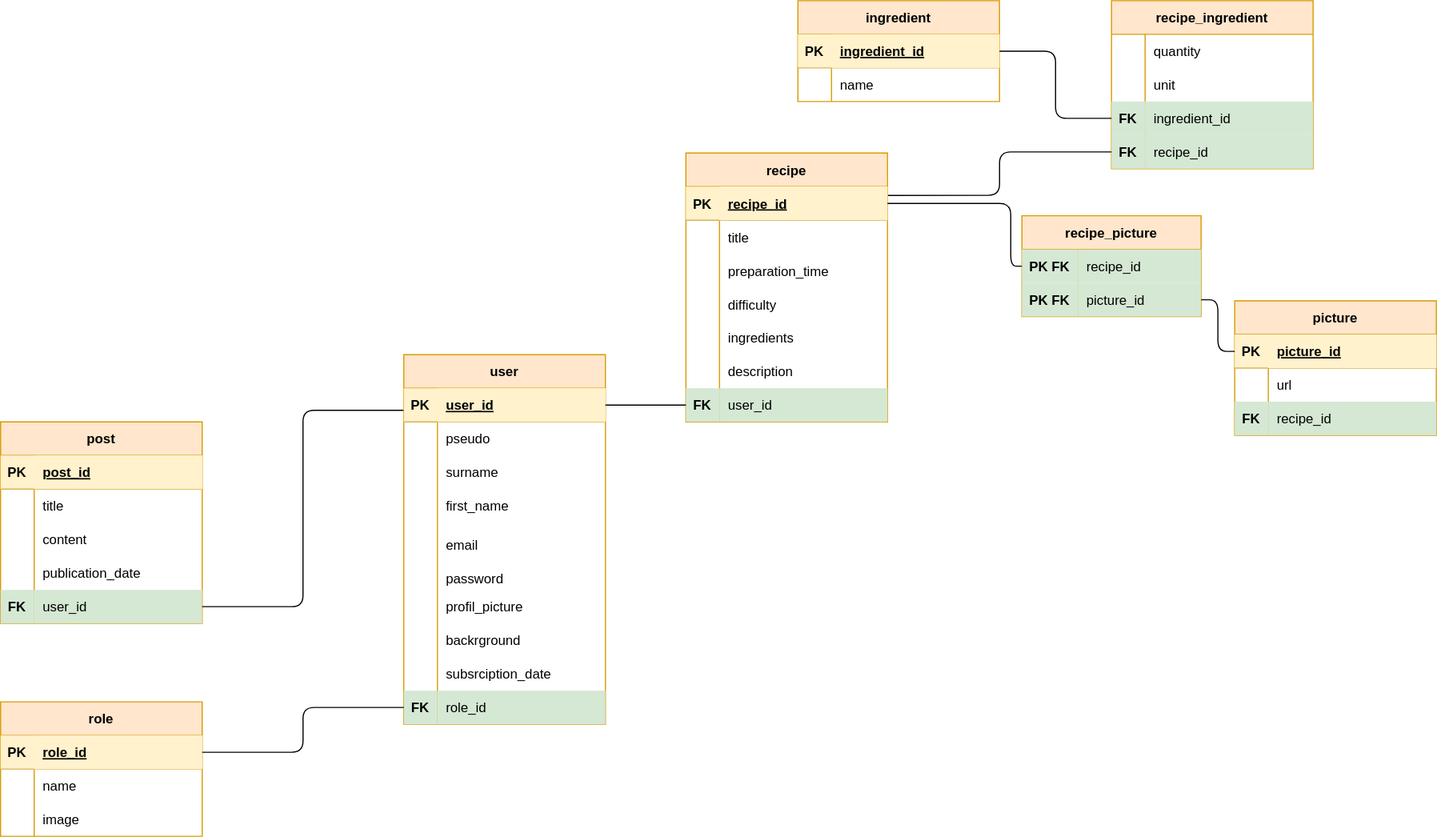
This is code/server/merise/MLD_le_reseau_des_gourmets.drawio.svg from TigerSnowy/le_reseau_des_gourmets, a draw.io export, as it was before one commit. Source tidied: cells renumbered, new cells last; positions are measured from the earlier drawing's top-left corner, leaving out a move shared by most shapes.
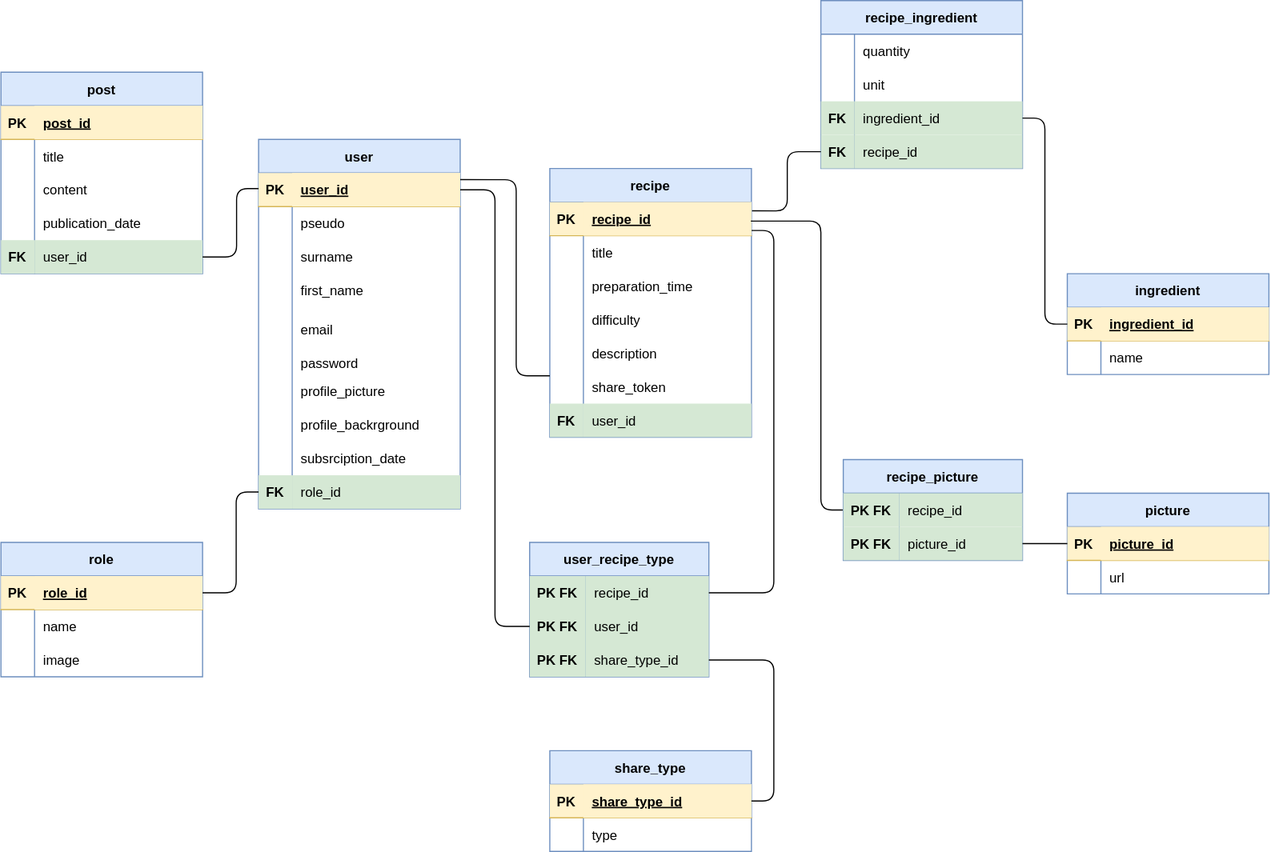
Later version of the same file.

Change to the diagram source:
```diff
@@ -4,4 +4,4 @@
     <mxCell id="1" parent="0" />
-    <mxCell id="2" value="user" style="shape=table;startSize=30;rowLines=0;fontStyle=1;align=center;swimlaneFillColor=default;fillColor=#ffe6cc;strokeColor=#d79b00;fontColor=#050505;" parent="1" vertex="1">
-      <mxGeometry x="360" y="316" width="180" height="330" as="geometry" />
+    <mxCell id="2" value="user" style="shape=table;startSize=30;rowLines=0;fontStyle=1;align=center;swimlaneFillColor=default;fillColor=#dae8fc;strokeColor=#6c8ebf;" parent="1" vertex="1">
+      <mxGeometry x="-312" y="118" width="180" height="330" as="geometry" />
     </mxCell>
@@ -10,6 +10,6 @@
     </mxCell>
-    <mxCell id="4" value="PK" style="shape=partialRectangle;fillColor=none;top=0;left=0;bottom=0;right=0;fontStyle=1;overflow=hidden;strokeColor=#000000;fontColor=#000000;" parent="3" vertex="1">
+    <mxCell id="4" value="PK" style="shape=partialRectangle;fillColor=none;top=0;left=0;bottom=0;right=0;fontStyle=1;overflow=hidden;" parent="3" vertex="1">
       <mxGeometry width="30" height="30" as="geometry" />
     </mxCell>
-    <mxCell id="5" value="user_id" style="shape=partialRectangle;fillColor=#fff2cc;top=0;left=0;bottom=0;right=0;align=left;spacingLeft=6;fontStyle=5;overflow=hidden;strokeColor=#d6b656;fontColor=#000000;" parent="3" vertex="1">
+    <mxCell id="5" value="user_id" style="shape=partialRectangle;fillColor=#fff2cc;top=0;left=0;bottom=0;right=0;align=left;spacingLeft=6;fontStyle=5;overflow=hidden;strokeColor=#d6b656;" parent="3" vertex="1">
       <mxGeometry x="30" width="150" height="30" as="geometry" />
@@ -67,3 +67,3 @@
     </mxCell>
-    <mxCell id="23" value="profil_picture" style="shape=partialRectangle;fillColor=none;top=0;left=0;bottom=0;right=0;align=left;spacingLeft=6;overflow=hidden;" parent="21" vertex="1">
+    <mxCell id="23" value="profile_picture" style="shape=partialRectangle;fillColor=none;top=0;left=0;bottom=0;right=0;align=left;spacingLeft=6;overflow=hidden;" parent="21" vertex="1">
       <mxGeometry x="30" width="150" height="30" as="geometry" />
@@ -76,3 +76,3 @@
     </mxCell>
-    <mxCell id="26" value="backrground" style="shape=partialRectangle;fillColor=none;top=0;left=0;bottom=0;right=0;align=left;spacingLeft=6;overflow=hidden;" parent="24" vertex="1">
+    <mxCell id="26" value="profile_backrground" style="shape=partialRectangle;fillColor=none;top=0;left=0;bottom=0;right=0;align=left;spacingLeft=6;overflow=hidden;" parent="24" vertex="1">
       <mxGeometry x="30" width="150" height="30" as="geometry" />
@@ -91,10 +91,10 @@
     </mxCell>
-    <mxCell id="31" value="FK" style="shape=partialRectangle;fillColor=#d5e8d4;top=0;left=0;bottom=0;right=0;overflow=hidden;strokeColor=#000000;fontStyle=1;" parent="30" vertex="1">
+    <mxCell id="31" value="FK" style="shape=partialRectangle;fillColor=#d5e8d4;top=0;left=0;bottom=0;right=0;overflow=hidden;strokeColor=#82b366;fontStyle=1;" parent="30" vertex="1">
       <mxGeometry width="30" height="30" as="geometry" />
     </mxCell>
-    <mxCell id="32" value="role_id" style="shape=partialRectangle;fillColor=#d5e8d4;top=0;left=0;bottom=0;right=0;align=left;spacingLeft=6;overflow=hidden;strokeColor=#000000;" parent="30" vertex="1">
+    <mxCell id="32" value="role_id" style="shape=partialRectangle;fillColor=#d5e8d4;top=0;left=0;bottom=0;right=0;align=left;spacingLeft=6;overflow=hidden;strokeColor=#82b366;" parent="30" vertex="1">
       <mxGeometry x="30" width="150" height="30" as="geometry" />
     </mxCell>
-    <mxCell id="33" value="recipe" style="shape=table;startSize=30;rowLines=0;fontStyle=1;align=center;swimlaneFillColor=default;fillColor=#ffe6cc;strokeColor=#d79b00;" parent="1" vertex="1">
-      <mxGeometry x="611.9" y="136" width="180" height="240" as="geometry" />
+    <mxCell id="33" value="recipe" style="shape=table;startSize=30;rowLines=0;fontStyle=1;align=center;swimlaneFillColor=default;fillColor=#dae8fc;strokeColor=#6c8ebf;" parent="1" vertex="1">
+      <mxGeometry x="-52" y="144" width="180" height="240" as="geometry" />
     </mxCell>
@@ -136,13 +136,4 @@
     </mxCell>
-    <mxCell id="46" style="shape=tableRow;horizontal=0;startSize=0;swimlaneHead=0;swimlaneBody=0;fillColor=none;top=0;left=0;right=0;bottom=0;" parent="33" vertex="1">
-      <mxGeometry y="150" width="180" height="30" as="geometry" />
-    </mxCell>
-    <mxCell id="47" style="shape=partialRectangle;fillColor=none;top=0;left=0;bottom=0;right=0;overflow=hidden;" parent="46" vertex="1">
-      <mxGeometry width="30" height="30" as="geometry" />
-    </mxCell>
-    <mxCell id="48" value="ingredients" style="shape=partialRectangle;fillColor=none;top=0;left=0;bottom=0;right=0;align=left;spacingLeft=6;overflow=hidden;" parent="46" vertex="1">
-      <mxGeometry x="30" width="150" height="30" as="geometry" />
-    </mxCell>
     <mxCell id="49" style="shape=tableRow;horizontal=0;startSize=0;swimlaneHead=0;swimlaneBody=0;fillColor=none;top=0;left=0;right=0;bottom=0;" parent="33" vertex="1">
-      <mxGeometry y="180" width="180" height="30" as="geometry" />
+      <mxGeometry y="150" width="180" height="30" as="geometry" />
     </mxCell>
@@ -154,2 +145,11 @@
     </mxCell>
+    <mxCell id="125" style="shape=tableRow;horizontal=0;startSize=0;swimlaneHead=0;swimlaneBody=0;fillColor=none;top=0;left=0;right=0;bottom=0;" parent="33" vertex="1">
+      <mxGeometry y="180" width="180" height="30" as="geometry" />
+    </mxCell>
+    <mxCell id="126" style="shape=partialRectangle;fillColor=none;top=0;left=0;bottom=0;right=0;overflow=hidden;" parent="125" vertex="1">
+      <mxGeometry width="30" height="30" as="geometry" />
+    </mxCell>
+    <mxCell id="127" value="share_token" style="shape=partialRectangle;fillColor=none;top=0;left=0;bottom=0;right=0;align=left;spacingLeft=6;overflow=hidden;" parent="125" vertex="1">
+      <mxGeometry x="30" width="150" height="30" as="geometry" />
+    </mxCell>
     <mxCell id="52" style="shape=tableRow;horizontal=0;startSize=0;swimlaneHead=0;swimlaneBody=0;fillColor=none;points=[[0,0.5],[1,0.5]];portConstraint=eastwest;top=0;left=0;right=0;bottom=0;" parent="33" vertex="1">
@@ -163,4 +163,4 @@
     </mxCell>
-    <mxCell id="55" value="post" style="shape=table;startSize=30;rowLines=0;fontStyle=1;align=center;swimlaneFillColor=default;fillColor=#ffe6cc;strokeColor=#d79b00;" parent="1" vertex="1">
-      <mxGeometry y="376" width="180" height="180" as="geometry" />
+    <mxCell id="55" value="post" style="shape=table;startSize=30;rowLines=0;fontStyle=1;align=center;swimlaneFillColor=default;fillColor=#dae8fc;strokeColor=#6c8ebf;" parent="1" vertex="1">
+      <mxGeometry x="-542" y="58" width="180" height="180" as="geometry" />
     </mxCell>
@@ -211,10 +211,19 @@
     </mxCell>
-    <mxCell id="71" style="edgeStyle=none;html=1;entryX=0;entryY=0.5;entryDx=0;entryDy=0;exitX=1;exitY=0.5;exitDx=0;exitDy=0;endArrow=none;endFill=0;" parent="1" edge="1" source="3" target="52">
-      <mxGeometry relative="1" as="geometry" />
+    <mxCell id="71" style="edgeStyle=orthogonalEdgeStyle;html=1;entryX=0;entryY=0.5;entryDx=0;entryDy=0;endArrow=none;endFill=0;exitX=1;exitY=0.199;exitDx=0;exitDy=0;exitPerimeter=0;" parent="1" edge="1" source="3">
+      <mxGeometry relative="1" as="geometry">
+        <mxPoint x="-52" y="329.2" as="targetPoint" />
+        <Array as="points">
+          <mxPoint x="-82" y="154" />
+          <mxPoint x="-82" y="329" />
+        </Array>
+      </mxGeometry>
     </mxCell>
-    <mxCell id="72" style="edgeStyle=elbowEdgeStyle;html=1;entryX=1;entryY=0.5;entryDx=0;entryDy=0;endArrow=none;endFill=0;exitX=-0.002;exitY=0.657;exitDx=0;exitDy=0;exitPerimeter=0;" parent="1" edge="1" source="3" target="68">
+    <mxCell id="72" style="edgeStyle=elbowEdgeStyle;html=1;endArrow=none;endFill=0;exitX=0;exitY=0.5;exitDx=0;exitDy=0;entryX=1;entryY=0.5;entryDx=0;entryDy=0;" parent="1" edge="1" target="68">
       <mxGeometry relative="1" as="geometry">
+        <mxPoint x="-312" y="162" as="sourcePoint" />
         <Array as="points">
-          <mxPoint x="270" y="386" />
-          <mxPoint x="270" y="356" />
+          <mxPoint x="-331.6" y="265.3" />
+          <mxPoint x="-321.6" y="367.3" />
+          <mxPoint x="-291.6" y="341.3" />
+          <mxPoint x="-301.6" y="463.3" />
         </Array>
@@ -222,4 +231,4 @@
     </mxCell>
-    <mxCell id="73" value="role" style="shape=table;startSize=30;rowLines=0;fontStyle=1;align=center;swimlaneFillColor=default;fillColor=#ffe6cc;strokeColor=#d79b00;" parent="1" vertex="1">
-      <mxGeometry y="626" width="180" height="120" as="geometry" />
+    <mxCell id="73" value="role" style="shape=table;startSize=30;rowLines=0;fontStyle=1;align=center;swimlaneFillColor=default;fillColor=#dae8fc;strokeColor=#6c8ebf;" parent="1" vertex="1">
+      <mxGeometry x="-542" y="478" width="180" height="120" as="geometry" />
     </mxCell>
@@ -253,6 +262,11 @@
     <mxCell id="83" style="edgeStyle=orthogonalEdgeStyle;html=1;entryX=0;entryY=0.5;entryDx=0;entryDy=0;exitX=1;exitY=0.5;exitDx=0;exitDy=0;endArrow=none;endFill=0;" parent="1" edge="1" source="74" target="30">
-      <mxGeometry relative="1" as="geometry" />
+      <mxGeometry relative="1" as="geometry">
+        <Array as="points">
+          <mxPoint x="-332" y="523" />
+          <mxPoint x="-332" y="433" />
+        </Array>
+      </mxGeometry>
     </mxCell>
-    <mxCell id="84" value="picture" style="shape=table;startSize=30;rowLines=0;fontStyle=1;align=center;swimlaneFillColor=default;fillColor=#ffe6cc;strokeColor=#d79b00;" parent="1" vertex="1">
-      <mxGeometry x="1101.9" y="268" width="180" height="120" as="geometry" />
+    <mxCell id="84" value="picture" style="shape=table;startSize=30;rowLines=0;fontStyle=1;align=center;swimlaneFillColor=default;fillColor=#dae8fc;strokeColor=#6c8ebf;" parent="1" vertex="1">
+      <mxGeometry x="410" y="434" width="180" height="90" as="geometry" />
     </mxCell>
@@ -276,13 +290,4 @@
     </mxCell>
-    <mxCell id="91" style="shape=tableRow;horizontal=0;startSize=0;swimlaneHead=0;swimlaneBody=0;fillColor=none;top=0;left=0;right=0;bottom=0;" parent="84" vertex="1">
-      <mxGeometry y="90" width="180" height="30" as="geometry" />
-    </mxCell>
-    <mxCell id="92" value="FK" style="shape=partialRectangle;fillColor=#d5e8d4;top=0;left=0;bottom=0;right=0;overflow=hidden;fontStyle=1;strokeColor=#82b366;" parent="91" vertex="1">
-      <mxGeometry width="30" height="30" as="geometry" />
-    </mxCell>
-    <mxCell id="93" value="recipe_id" style="shape=partialRectangle;fillColor=#d5e8d4;top=0;left=0;bottom=0;right=0;align=left;spacingLeft=6;overflow=hidden;strokeColor=#82b366;" parent="91" vertex="1">
-      <mxGeometry x="30" width="150" height="30" as="geometry" />
-    </mxCell>
-    <mxCell id="94" value="ingredient" style="shape=table;startSize=30;rowLines=0;fontStyle=1;align=center;swimlaneFillColor=default;fillColor=#ffe6cc;strokeColor=#d79b00;" parent="1" vertex="1">
-      <mxGeometry x="711.9" width="180" height="90" as="geometry" />
+    <mxCell id="94" value="ingredient" style="shape=table;startSize=30;rowLines=0;fontStyle=1;align=center;swimlaneFillColor=default;fillColor=#dae8fc;strokeColor=#6c8ebf;" parent="1" vertex="1">
+      <mxGeometry x="410" y="238" width="180" height="90" as="geometry" />
     </mxCell>
@@ -306,4 +311,4 @@
     </mxCell>
-    <mxCell id="101" value="recipe_ingredient" style="shape=table;startSize=30;rowLines=0;fontStyle=1;align=center;swimlaneFillColor=default;fillColor=#ffe6cc;strokeColor=#d79b00;" parent="1" vertex="1">
-      <mxGeometry x="991.9" width="180" height="150" as="geometry" />
+    <mxCell id="101" value="recipe_ingredient" style="shape=table;startSize=30;rowLines=0;fontStyle=1;align=center;swimlaneFillColor=default;fillColor=#dae8fc;strokeColor=#6c8ebf;" parent="1" vertex="1">
+      <mxGeometry x="190" y="-6" width="180" height="150" as="geometry" />
     </mxCell>
@@ -346,9 +351,20 @@
     <mxCell id="114" style="edgeStyle=orthogonalEdgeStyle;html=1;entryX=1.003;entryY=0.261;entryDx=0;entryDy=0;entryPerimeter=0;startArrow=none;startFill=0;endArrow=none;endFill=0;" parent="1" edge="1" source="111" target="34">
-      <mxGeometry relative="1" as="geometry" />
+      <mxGeometry relative="1" as="geometry">
+        <Array as="points">
+          <mxPoint x="160" y="129" />
+          <mxPoint x="160" y="182" />
+        </Array>
+      </mxGeometry>
     </mxCell>
-    <mxCell id="115" style="edgeStyle=orthogonalEdgeStyle;html=1;entryX=0;entryY=0.5;entryDx=0;entryDy=0;startArrow=none;startFill=0;endArrow=none;endFill=0;" parent="1" edge="1" source="95" target="108">
-      <mxGeometry relative="1" as="geometry" />
-    </mxCell>
+    <mxCell id="128" style="edgeStyle=orthogonalEdgeStyle;rounded=1;jettySize=auto;html=1;entryX=0.997;entryY=0.571;entryDx=0;entryDy=0;curved=0;endArrow=none;endFill=0;exitX=0;exitY=0.5;exitDx=0;exitDy=0;entryPerimeter=0;" parent="1" edge="1" source="117" target="34">
+      <mxGeometry relative="1" as="geometry">
+        <Array as="points">
+          <mxPoint x="190" y="449" />
+          <mxPoint x="190" y="191" />
+          <mxPoint x="128" y="191" />
+        </Array>
+      </mxGeometry>
+    </mxCell>
-    <mxCell id="116" value="recipe_picture" style="shape=table;startSize=30;rowLines=0;fontStyle=1;align=center;swimlaneFillColor=default;fillColor=#ffe6cc;strokeColor=#d79b00;" parent="1" vertex="1">
-      <mxGeometry x="911.9" y="192" width="160" height="90" as="geometry" />
+    <mxCell id="116" value="recipe_picture" style="shape=table;startSize=30;rowLines=0;fontStyle=1;align=center;swimlaneFillColor=default;fillColor=#dae8fc;strokeColor=#6c8ebf;" parent="1" vertex="1">
+      <mxGeometry x="210" y="404" width="160" height="90" as="geometry" />
     </mxCell>
@@ -372,10 +388,2 @@
     </mxCell>
-    <mxCell id="123" style="edgeStyle=orthogonalEdgeStyle;html=1;entryX=0;entryY=0.5;entryDx=0;entryDy=0;endArrow=none;endFill=0;" parent="1" edge="1" source="34" target="117">
-      <mxGeometry relative="1" as="geometry">
-        <Array as="points">
-          <mxPoint x="901.9" y="181" />
-          <mxPoint x="901.9" y="237" />
-        </Array>
-      </mxGeometry>
-    </mxCell>
     <mxCell id="124" style="edgeStyle=orthogonalEdgeStyle;html=1;entryX=1;entryY=0.5;entryDx=0;entryDy=0;endArrow=none;endFill=0;" parent="1" edge="1" source="85" target="120">
@@ -383,2 +391,70 @@
     </mxCell>
+    <mxCell id="129" style="edgeStyle=orthogonalEdgeStyle;rounded=1;jettySize=auto;html=1;entryX=0;entryY=0.5;entryDx=0;entryDy=0;endArrow=none;endFill=0;curved=0;" parent="1" edge="1" source="108" target="95">
+      <mxGeometry relative="1" as="geometry">
+        <Array as="points">
+          <mxPoint x="390" y="99" />
+          <mxPoint x="390" y="283" />
+        </Array>
+      </mxGeometry>
+    </mxCell>
+    <mxCell id="130" value="share_type" style="shape=table;startSize=30;rowLines=0;fontStyle=1;align=center;swimlaneFillColor=default;fillColor=#dae8fc;strokeColor=#6c8ebf;" parent="1" vertex="1">
+      <mxGeometry x="-52" y="664" width="180" height="90" as="geometry" />
+    </mxCell>
+    <mxCell id="131" style="shape=tableRow;horizontal=0;startSize=0;swimlaneHead=0;swimlaneBody=0;fillColor=#fff2cc;points=[[0,0.5],[1,0.5]];portConstraint=eastwest;top=0;left=0;right=0;bottom=1;strokeColor=#d6b656;" parent="130" vertex="1">
+      <mxGeometry y="30" width="180" height="30" as="geometry" />
+    </mxCell>
+    <mxCell id="132" value="PK" style="shape=partialRectangle;fillColor=none;top=0;left=0;bottom=0;right=0;fontStyle=1;overflow=hidden;" parent="131" vertex="1">
+      <mxGeometry width="30" height="30" as="geometry" />
+    </mxCell>
+    <mxCell id="133" value="share_type_id" style="shape=partialRectangle;fillColor=#fff2cc;top=0;left=0;bottom=0;right=0;align=left;spacingLeft=6;fontStyle=5;overflow=hidden;strokeColor=#d6b656;" parent="131" vertex="1">
+      <mxGeometry x="30" width="150" height="30" as="geometry" />
+    </mxCell>
+    <mxCell id="134" style="shape=tableRow;horizontal=0;startSize=0;swimlaneHead=0;swimlaneBody=0;fillColor=none;top=0;left=0;right=0;bottom=0;" parent="130" vertex="1">
+      <mxGeometry y="60" width="180" height="30" as="geometry" />
+    </mxCell>
+    <mxCell id="135" style="shape=partialRectangle;fillColor=none;top=0;left=0;bottom=0;right=0;overflow=hidden;" parent="134" vertex="1">
+      <mxGeometry width="30" height="30" as="geometry" />
+    </mxCell>
+    <mxCell id="136" value="type" style="shape=partialRectangle;fillColor=none;top=0;left=0;bottom=0;right=0;align=left;spacingLeft=6;overflow=hidden;" parent="134" vertex="1">
+      <mxGeometry x="30" width="150" height="30" as="geometry" />
+    </mxCell>
+    <mxCell id="137" value="user_recipe_type" style="shape=table;startSize=30;rowLines=0;fontStyle=1;align=center;swimlaneFillColor=default;fillColor=#dae8fc;strokeColor=#6c8ebf;" parent="1" vertex="1">
+      <mxGeometry x="-70" y="478" width="160" height="120" as="geometry" />
+    </mxCell>
+    <mxCell id="138" style="shape=tableRow;horizontal=0;startSize=0;swimlaneHead=0;swimlaneBody=0;fillColor=none;points=[[0,0.5],[1,0.5]];portConstraint=eastwest;top=0;left=0;right=0;bottom=0;" parent="137" vertex="1">
+      <mxGeometry y="30" width="160" height="30" as="geometry" />
+    </mxCell>
+    <mxCell id="139" value="PK FK" style="shape=partialRectangle;fillColor=#d5e8d4;top=0;left=0;bottom=0;right=0;overflow=hidden;strokeColor=#82b366;fontStyle=1;" parent="138" vertex="1">
+      <mxGeometry width="50" height="30" as="geometry" />
+    </mxCell>
+    <mxCell id="93" value="recipe_id" style="shape=partialRectangle;fillColor=#d5e8d4;top=0;left=0;bottom=0;right=0;align=left;spacingLeft=6;overflow=hidden;strokeColor=#82b366;" parent="138" vertex="1">
+      <mxGeometry x="50" width="110" height="30" as="geometry" />
+    </mxCell>
+    <mxCell id="140" style="shape=tableRow;horizontal=0;startSize=0;swimlaneHead=0;swimlaneBody=0;fillColor=none;points=[[0,0.5],[1,0.5]];portConstraint=eastwest;top=0;left=0;right=0;bottom=0;" parent="137" vertex="1">
+      <mxGeometry y="60" width="160" height="30" as="geometry" />
+    </mxCell>
+    <mxCell id="141" value="PK FK" style="shape=partialRectangle;fillColor=#d5e8d4;top=0;left=0;bottom=0;right=0;overflow=hidden;strokeColor=#82b366;fontStyle=1;" parent="140" vertex="1">
+      <mxGeometry width="50" height="30" as="geometry" />
+    </mxCell>
+    <mxCell id="142" value="user_id" style="shape=partialRectangle;fillColor=#d5e8d4;top=0;left=0;bottom=0;right=0;align=left;spacingLeft=6;overflow=hidden;strokeColor=#82b366;" parent="140" vertex="1">
+      <mxGeometry x="50" width="110" height="30" as="geometry" />
+    </mxCell>
+    <mxCell id="143" style="shape=tableRow;horizontal=0;startSize=0;swimlaneHead=0;swimlaneBody=0;fillColor=none;points=[[0,0.5],[1,0.5]];portConstraint=eastwest;top=0;left=0;right=0;bottom=0;" parent="137" vertex="1">
+      <mxGeometry y="90" width="160" height="30" as="geometry" />
+    </mxCell>
+    <mxCell id="144" value="PK FK" style="shape=partialRectangle;fillColor=#d5e8d4;top=0;left=0;bottom=0;right=0;overflow=hidden;strokeColor=#82b366;fontStyle=1;" parent="143" vertex="1">
+      <mxGeometry width="50" height="30" as="geometry" />
+    </mxCell>
+    <mxCell id="145" value="share_type_id" style="shape=partialRectangle;fillColor=#d5e8d4;top=0;left=0;bottom=0;right=0;align=left;spacingLeft=6;overflow=hidden;strokeColor=#82b366;" parent="143" vertex="1">
+      <mxGeometry x="50" width="110" height="30" as="geometry" />
+    </mxCell>
+    <mxCell id="146" style="edgeStyle=orthogonalEdgeStyle;rounded=1;jettySize=auto;html=1;endArrow=none;endFill=0;" parent="1" edge="1" source="3" target="140">
+      <mxGeometry relative="1" as="geometry" />
+    </mxCell>
+    <mxCell id="147" style="edgeStyle=orthogonalEdgeStyle;rounded=1;jettySize=auto;html=1;entryX=1.001;entryY=0.845;entryDx=0;entryDy=0;entryPerimeter=0;endArrow=none;endFill=0;curved=0;" parent="1" edge="1" source="138" target="34">
+      <mxGeometry relative="1" as="geometry" />
+    </mxCell>
+    <mxCell id="148" style="edgeStyle=orthogonalEdgeStyle;rounded=1;jettySize=auto;html=1;entryX=1;entryY=0.5;entryDx=0;entryDy=0;endArrow=none;endFill=0;curved=0;" parent="1" edge="1" source="143" target="131">
+      <mxGeometry relative="1" as="geometry" />
+    </mxCell>
   </root>
```
